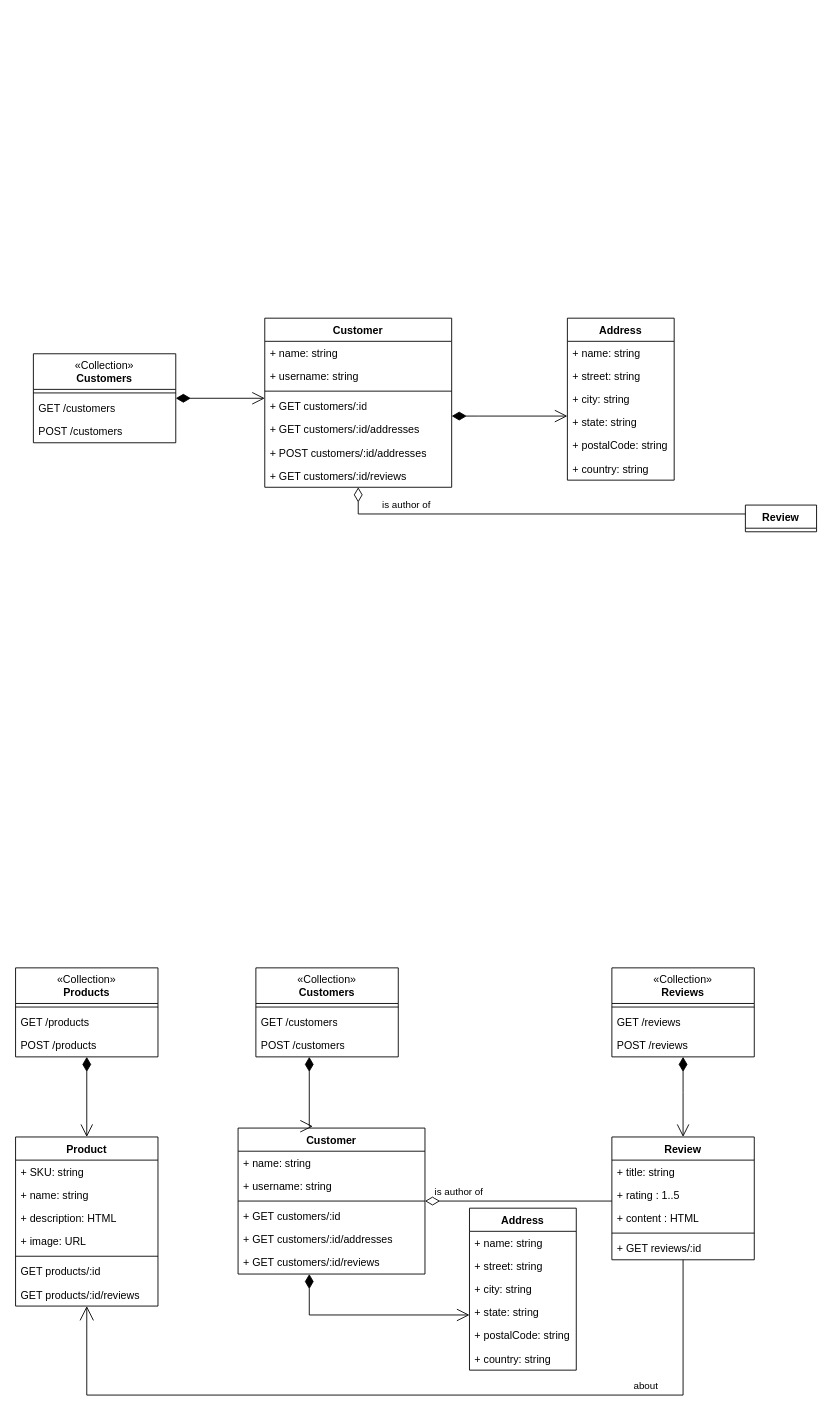
This is REST API.drawio from kubiak-calpoly/csc307-team-project, a draw.io file, before an edit. Source tidied: cells renumbered, new cells numbered last; positions are measured from the earlier drawing's top-left corner, leaving out a move shared by most shapes. Both pictures are drawn from the tidied source at 89%, with x=0, y=0 at pixel (15, 318).
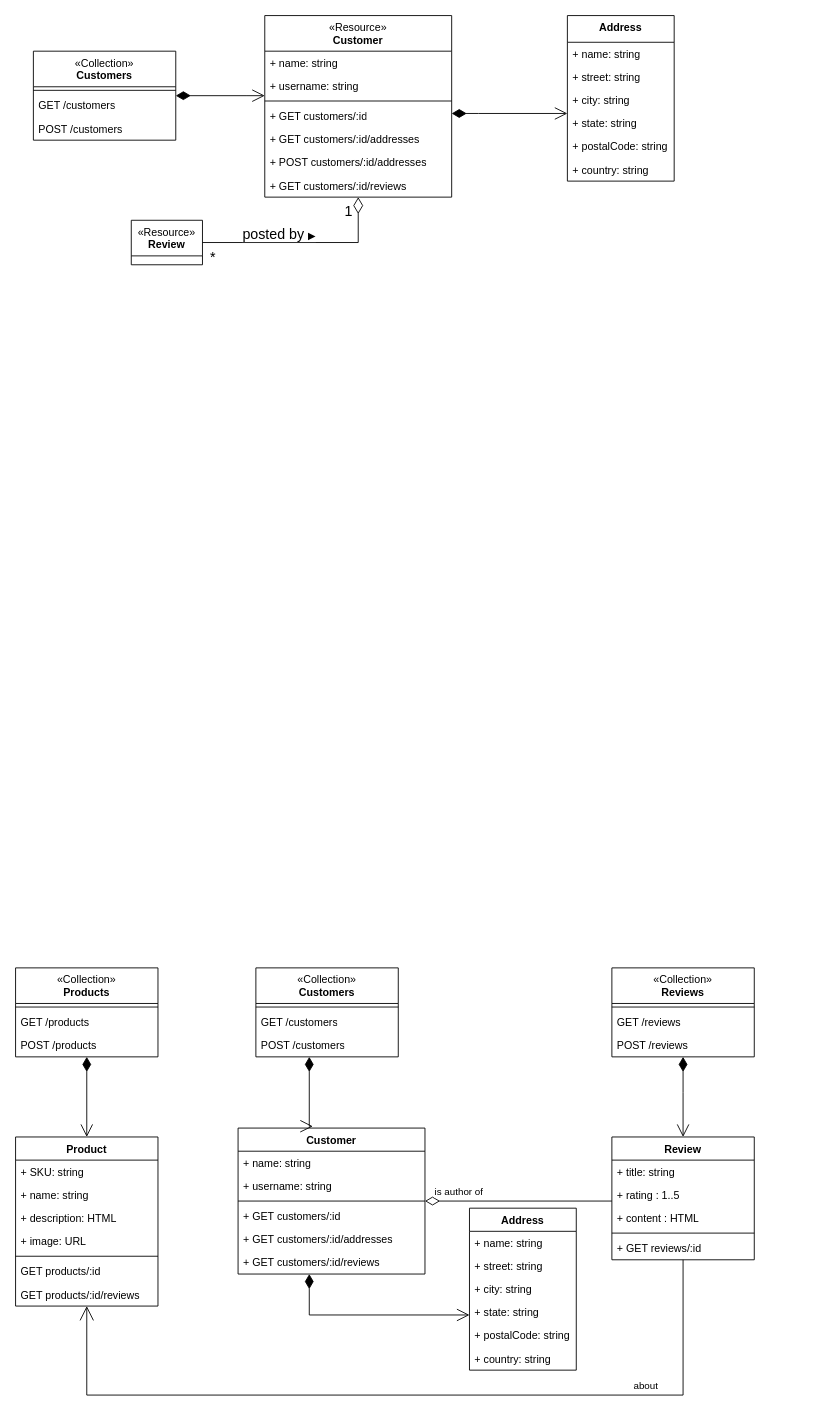
The same page after the edit.

Diff of the diagram source:
```diff
@@
-    <mxCell id="2" value="Customer" style="swimlane;fontStyle=1;align=center;verticalAlign=top;horizontal=1;startSize=26;whiteSpace=wrap;html=1;" parent="1" vertex="1">
-      <mxGeometry x="280" width="210" height="190" as="geometry" />
+    <mxCell id="2" value="&lt;span style=&quot;font-weight: normal;&quot;&gt;«Resource»&lt;br style=&quot;border-color: var(--border-color);&quot;&gt;&lt;/span&gt;Customer" style="swimlane;fontStyle=1;align=center;verticalAlign=top;horizontal=1;startSize=40;whiteSpace=wrap;html=1;" parent="1" vertex="1">
+      <mxGeometry x="280" y="-340" width="210" height="204" as="geometry" />
     </mxCell>
     <mxCell id="3" value="+ name: string" style="text;strokeColor=none;fillColor=none;align=left;verticalAlign=top;spacingLeft=4;spacingRight=4;overflow=hidden;whiteSpace=wrap;html=1;" parent="2" vertex="1">
-      <mxGeometry y="26" width="210" height="26" as="geometry" />
+      <mxGeometry y="40" width="210" height="26" as="geometry" />
     </mxCell>
     <mxCell id="4" value="+ username: string" style="text;strokeColor=none;fillColor=none;align=left;verticalAlign=top;spacingLeft=4;spacingRight=4;overflow=hidden;whiteSpace=wrap;html=1;" parent="2" vertex="1">
-      <mxGeometry y="52" width="210" height="26" as="geometry" />
+      <mxGeometry y="66" width="210" height="26" as="geometry" />
     </mxCell>
     <mxCell id="5" style="line;strokeWidth=1;fillColor=none;align=left;verticalAlign=middle;spacingTop=-1;spacingLeft=3;spacingRight=3;labelPosition=right;strokeColor=inherit;" parent="2" vertex="1">
-      <mxGeometry y="78" width="210" height="8" as="geometry" />
+      <mxGeometry y="92" width="210" height="8" as="geometry" />
     </mxCell>
     <mxCell id="6" value="+ GET customers/:id" style="text;strokeColor=none;fillColor=none;align=left;verticalAlign=top;spacingLeft=4;spacingRight=4;overflow=hidden;whiteSpace=wrap;html=1;" parent="2" vertex="1">
-      <mxGeometry y="86" width="210" height="26" as="geometry" />
+      <mxGeometry y="100" width="210" height="26" as="geometry" />
     </mxCell>
     <mxCell id="7" value="+ GET customers/:id/addresses" style="text;strokeColor=none;fillColor=none;align=left;verticalAlign=top;spacingLeft=4;spacingRight=4;overflow=hidden;whiteSpace=wrap;html=1;" parent="2" vertex="1">
-      <mxGeometry y="112" width="210" height="26" as="geometry" />
+      <mxGeometry y="126" width="210" height="26" as="geometry" />
     </mxCell>
     <mxCell id="8" value="+ POST customers/:id/addresses" style="text;strokeColor=none;fillColor=none;align=left;verticalAlign=top;spacingLeft=4;spacingRight=4;overflow=hidden;whiteSpace=wrap;html=1;" parent="2" vertex="1">
-      <mxGeometry y="138" width="210" height="26" as="geometry" />
+      <mxGeometry y="152" width="210" height="26" as="geometry" />
     </mxCell>
     <mxCell id="9" value="+ GET customers/:id/reviews" style="text;strokeColor=none;fillColor=none;align=left;verticalAlign=top;spacingLeft=4;spacingRight=4;overflow=hidden;whiteSpace=wrap;html=1;" parent="2" vertex="1">
-      <mxGeometry y="164" width="210" height="26" as="geometry" />
+      <mxGeometry y="178" width="210" height="26" as="geometry" />
     </mxCell>
-    <mxCell id="10" value="Address" style="swimlane;fontStyle=1;align=center;verticalAlign=top;horizontal=1;startSize=26;whiteSpace=wrap;html=1;" parent="1" vertex="1">
-      <mxGeometry x="620" width="120" height="182" as="geometry" />
+    <mxCell id="10" value="Address" style="swimlane;fontStyle=1;align=center;verticalAlign=top;horizontal=1;startSize=30;whiteSpace=wrap;html=1;" parent="1" vertex="1">
+      <mxGeometry x="620" y="-340" width="120" height="186" as="geometry" />
     </mxCell>
     <mxCell id="11" value="+ name: string" style="text;strokeColor=none;fillColor=none;align=left;verticalAlign=top;spacingLeft=4;spacingRight=4;overflow=hidden;whiteSpace=wrap;html=1;" parent="10" vertex="1">
-      <mxGeometry y="26" width="120" height="26" as="geometry" />
+      <mxGeometry y="30" width="120" height="26" as="geometry" />
     </mxCell>
     <mxCell id="12" value="+ street: string" style="text;strokeColor=none;fillColor=none;align=left;verticalAlign=top;spacingLeft=4;spacingRight=4;overflow=hidden;whiteSpace=wrap;html=1;" parent="10" vertex="1">
-      <mxGeometry y="52" width="120" height="26" as="geometry" />
+      <mxGeometry y="56" width="120" height="26" as="geometry" />
     </mxCell>
     <mxCell id="13" value="+ city: string" style="text;strokeColor=none;fillColor=none;align=left;verticalAlign=top;spacingLeft=4;spacingRight=4;overflow=hidden;whiteSpace=wrap;html=1;" parent="10" vertex="1">
-      <mxGeometry y="78" width="120" height="26" as="geometry" />
+      <mxGeometry y="82" width="120" height="26" as="geometry" />
     </mxCell>
     <mxCell id="14" value="+ state: string" style="text;strokeColor=none;fillColor=none;align=left;verticalAlign=top;spacingLeft=4;spacingRight=4;overflow=hidden;whiteSpace=wrap;html=1;" parent="10" vertex="1">
-      <mxGeometry y="104" width="120" height="26" as="geometry" />
+      <mxGeometry y="108" width="120" height="26" as="geometry" />
     </mxCell>
     <mxCell id="15" value="+ postalCode: string" style="text;strokeColor=none;fillColor=none;align=left;verticalAlign=top;spacingLeft=4;spacingRight=4;overflow=hidden;whiteSpace=wrap;html=1;" parent="10" vertex="1">
-      <mxGeometry y="130" width="120" height="26" as="geometry" />
+      <mxGeometry y="134" width="120" height="26" as="geometry" />
     </mxCell>
     <mxCell id="16" value="+ country: string" style="text;strokeColor=none;fillColor=none;align=left;verticalAlign=top;spacingLeft=4;spacingRight=4;overflow=hidden;whiteSpace=wrap;html=1;" parent="10" vertex="1">
-      <mxGeometry y="156" width="120" height="26" as="geometry" />
+      <mxGeometry y="160" width="120" height="26" as="geometry" />
     </mxCell>
     <mxCell id="17" value="&lt;span style=&quot;font-weight: normal;&quot;&gt;«Collection»&lt;br style=&quot;border-color: var(--border-color);&quot;&gt;&lt;/span&gt;Customers" style="swimlane;fontStyle=1;align=center;verticalAlign=top;horizontal=1;startSize=40;whiteSpace=wrap;html=1;" parent="1" vertex="1">
-      <mxGeometry x="20" y="40" width="160" height="100" as="geometry" />
+      <mxGeometry x="20" y="-300" width="160" height="100" as="geometry" />
     </mxCell>
@@
     <mxCell id="21" style="endArrow=open;html=1;endSize=12;startArrow=diamondThin;startSize=14;startFill=1;edgeStyle=orthogonalEdgeStyle;rounded=0;endFill=0;" parent="1" edge="1" source="17" target="2">
       <mxGeometry x="-0.21" y="39" relative="1" as="geometry">
         <Array as="points">
-          <mxPoint x="260" y="90" />
-          <mxPoint x="260" y="90" />
+          <mxPoint x="260" y="-250" />
+          <mxPoint x="260" y="-250" />
         </Array>
       </mxGeometry>
     </mxCell>
-    <mxCell id="22" value="Review" style="swimlane;fontStyle=1;align=center;verticalAlign=top;horizontal=1;startSize=26;whiteSpace=wrap;html=1;" parent="1" vertex="1" collapsed="1">
-      <mxGeometry x="820" y="210" width="80" height="30" as="geometry" />
+    <mxCell id="22" value="&lt;span style=&quot;font-weight: normal;&quot;&gt;«Resource»&lt;br&gt;&lt;/span&gt;Review" style="swimlane;fontStyle=1;align=center;verticalAlign=top;horizontal=1;startSize=40;whiteSpace=wrap;html=1;" parent="1" vertex="1" collapsed="1">
+      <mxGeometry x="130" y="-110" width="80" height="50" as="geometry" />
     </mxCell>
-    <mxCell id="23" value="is author of" style="endArrow=none;html=1;endSize=12;startArrow=diamondThin;startSize=14;startFill=0;edgeStyle=orthogonalEdgeStyle;rounded=0;endFill=0;" parent="1" edge="1" source="2" target="22">
-      <mxGeometry x="-0.64" y="10" relative="1" as="geometry">
-        <Array as="points">
-          <mxPoint x="385" y="220" />
-        </Array>
-      </mxGeometry>
-    </mxCell>
     <mxCell id="24" style="endArrow=open;html=1;endSize=12;startArrow=diamondThin;startSize=14;startFill=1;edgeStyle=orthogonalEdgeStyle;rounded=0;" parent="1" edge="1" source="2" target="10">
       <mxGeometry relative="1" as="geometry">
         <Array as="points">
-          <mxPoint x="520" y="110" />
-          <mxPoint x="520" y="110" />
+          <mxPoint x="520" y="-230" />
+          <mxPoint x="520" y="-230" />
         </Array>
       </mxGeometry>
     </mxCell>
@@
+    <mxCell id="71" value="&lt;font style=&quot;font-size: 16px;&quot;&gt;posted by&amp;nbsp;&lt;/font&gt;▶" style="endArrow=diamondThin;html=1;endSize=16;startArrow=none;startSize=14;startFill=0;edgeStyle=orthogonalEdgeStyle;rounded=0;endFill=0;exitX=1;exitY=0.5;exitDx=0;exitDy=0;" parent="1" edge="1" source="22" target="2">
+      <mxGeometry x="-0.24" y="10" relative="1" as="geometry" />
+    </mxCell>
+    <mxCell id="72" value="&lt;font&gt;&lt;font style=&quot;font-size: 16px;&quot;&gt;*&lt;/font&gt;&lt;br&gt;&lt;/font&gt;" style="edgeLabel;html=1;align=left;verticalAlign=top;" parent="71" vertex="1">
+      <mxGeometry x="-1" relative="1" as="geometry">
+        <mxPoint x="7" as="offset" />
+      </mxGeometry>
+    </mxCell>
+    <mxCell id="73" value="&lt;font style=&quot;font-size: 16px;&quot;&gt;1&lt;/font&gt;" style="edgeLabel;html=1;align=right;verticalAlign=top;" parent="71" vertex="1">
+      <mxGeometry x="1" relative="1" as="geometry">
+        <mxPoint x="-6" as="offset" />
+      </mxGeometry>
+    </mxCell>
```
